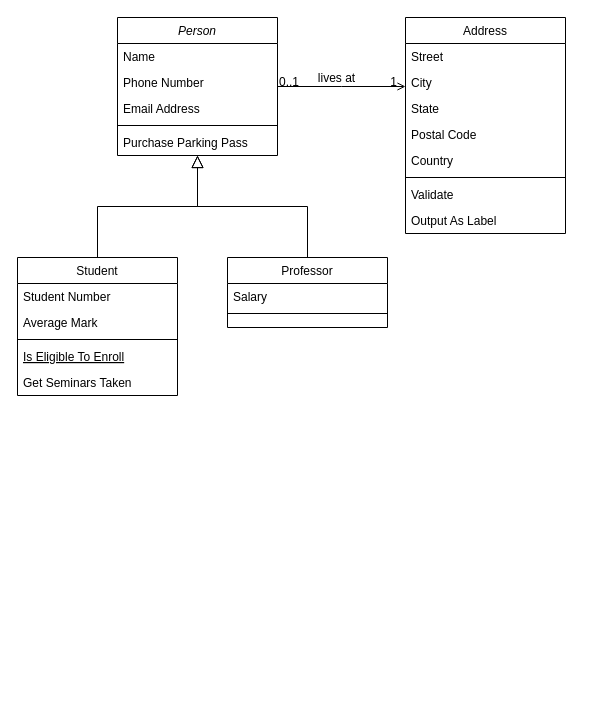
Above: class Diagram.drawio in randiddelpin/tepa-perpus (draw.io), before the change. Source tidied: cells renumbered, new cells numbered last; positions are measured from the earlier drawing's top-left corner, leaving out a move shared by most shapes. Both pictures are drawn from the tidied source at 100%, with x=0, y=0 at pixel (17, 17).
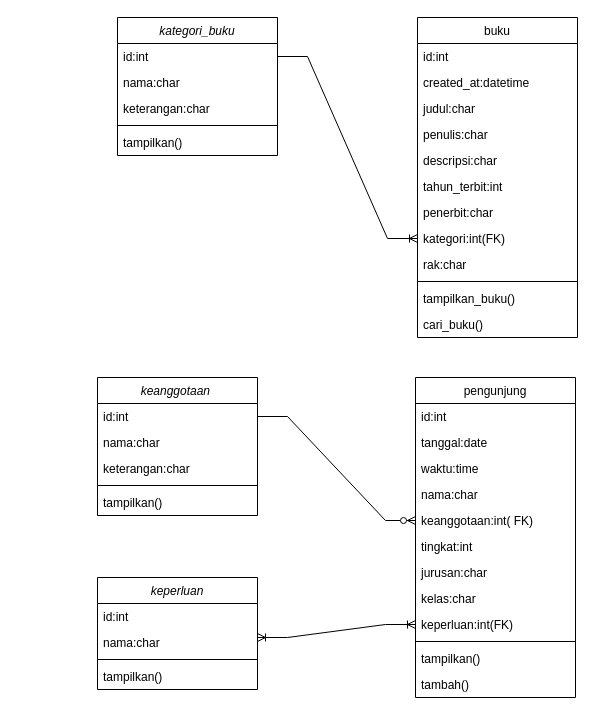
The same page after the edit.

What changed in the source:
```diff
@@
-    <mxCell id="2" value="Person" style="swimlane;fontStyle=2;align=center;verticalAlign=top;horizontal=1;startSize=26;rounded=0;shadow=0;strokeWidth=1;" parent="1" vertex="1">
+    <mxCell id="2" value="kategori_buku" style="swimlane;fontStyle=2;align=center;verticalAlign=top;horizontal=1;startSize=26;rounded=0;shadow=0;strokeWidth=1;" parent="1" vertex="1">
       <mxGeometry x="100" width="160" height="138" as="geometry" />
     </mxCell>
-    <mxCell id="3" value="Name" style="text;align=left;verticalAlign=top;spacingLeft=4;spacingRight=4;overflow=hidden;points=[[0,0.5],[1,0.5]];portConstraint=eastwest;" parent="2" vertex="1">
+    <mxCell id="3" value="id:int" style="text;align=left;verticalAlign=top;spacingLeft=4;spacingRight=4;overflow=hidden;points=[[0,0.5],[1,0.5]];portConstraint=eastwest;" parent="2" vertex="1">
       <mxGeometry y="26" width="160" height="26" as="geometry" />
     </mxCell>
-    <mxCell id="4" value="Phone Number" style="text;align=left;verticalAlign=top;spacingLeft=4;spacingRight=4;overflow=hidden;rounded=0;shadow=0;html=0;" parent="2" vertex="1">
+    <mxCell id="4" value="nama:char" style="text;align=left;verticalAlign=top;spacingLeft=4;spacingRight=4;overflow=hidden;rounded=0;shadow=0;html=0;" parent="2" vertex="1">
       <mxGeometry y="52" width="160" height="26" as="geometry" />
     </mxCell>
-    <mxCell id="5" value="Email Address" style="text;align=left;verticalAlign=top;spacingLeft=4;spacingRight=4;overflow=hidden;rounded=0;shadow=0;html=0;" parent="2" vertex="1">
+    <mxCell id="5" value="keterangan:char" style="text;align=left;verticalAlign=top;spacingLeft=4;spacingRight=4;overflow=hidden;rounded=0;shadow=0;html=0;" parent="2" vertex="1">
       <mxGeometry y="78" width="160" height="26" as="geometry" />
     </mxCell>
@@
-    <mxCell id="7" value="Purchase Parking Pass" style="text;align=left;verticalAlign=top;spacingLeft=4;spacingRight=4;overflow=hidden;" parent="2" vertex="1">
+    <mxCell id="7" value="tampilkan()" style="text;align=left;verticalAlign=top;spacingLeft=4;spacingRight=4;overflow=hidden;" parent="2" vertex="1">
       <mxGeometry y="112" width="160" height="26" as="geometry" />
     </mxCell>
-    <mxCell id="8" value="Student" style="swimlane;fontStyle=0;align=center;verticalAlign=top;horizontal=1;startSize=26;rounded=0;shadow=0;strokeWidth=1;" parent="1" vertex="1">
-      <mxGeometry y="240" width="160" height="138" as="geometry" />
-    </mxCell>
-    <mxCell id="9" value="Student Number" style="text;align=left;verticalAlign=top;spacingLeft=4;spacingRight=4;overflow=hidden;" parent="8" vertex="1">
-      <mxGeometry y="26" width="160" height="26" as="geometry" />
-    </mxCell>
-    <mxCell id="10" value="Average Mark" style="text;align=left;verticalAlign=top;spacingLeft=4;spacingRight=4;overflow=hidden;rounded=0;shadow=0;html=0;" parent="8" vertex="1">
-      <mxGeometry y="52" width="160" height="26" as="geometry" />
-    </mxCell>
-    <mxCell id="11" style="line;html=1;strokeWidth=1;align=left;verticalAlign=middle;spacingTop=-1;spacingLeft=3;spacingRight=3;labelPosition=right;" parent="8" vertex="1">
-      <mxGeometry y="78" width="160" height="8" as="geometry" />
-    </mxCell>
-    <mxCell id="12" value="Is Eligible To Enroll" style="text;align=left;verticalAlign=top;spacingLeft=4;spacingRight=4;overflow=hidden;fontStyle=4;" parent="8" vertex="1">
-      <mxGeometry y="86" width="160" height="26" as="geometry" />
-    </mxCell>
-    <mxCell id="13" value="Get Seminars Taken" style="text;align=left;verticalAlign=top;spacingLeft=4;spacingRight=4;overflow=hidden;" parent="8" vertex="1">
-      <mxGeometry y="112" width="160" height="26" as="geometry" />
-    </mxCell>
-    <mxCell id="14" style="endArrow=block;endSize=10;endFill=0;shadow=0;strokeWidth=1;rounded=0;edgeStyle=elbowEdgeStyle;elbow=vertical;" parent="1" edge="1" source="8" target="2">
-      <mxGeometry relative="1" as="geometry" />
-    </mxCell>
-    <mxCell id="15" value="Professor" style="swimlane;fontStyle=0;align=center;verticalAlign=top;horizontal=1;startSize=26;rounded=0;shadow=0;strokeWidth=1;" parent="1" vertex="1">
-      <mxGeometry x="210" y="240" width="160" height="70" as="geometry" />
-    </mxCell>
-    <mxCell id="16" value="Salary" style="text;align=left;verticalAlign=top;spacingLeft=4;spacingRight=4;overflow=hidden;" parent="15" vertex="1">
-      <mxGeometry y="26" width="160" height="26" as="geometry" />
-    </mxCell>
-    <mxCell id="17" style="line;html=1;strokeWidth=1;align=left;verticalAlign=middle;spacingTop=-1;spacingLeft=3;spacingRight=3;labelPosition=right;" parent="15" vertex="1">
-      <mxGeometry y="52" width="160" height="8" as="geometry" />
-    </mxCell>
-    <mxCell id="18" style="endArrow=block;endSize=10;endFill=0;shadow=0;strokeWidth=1;rounded=0;edgeStyle=elbowEdgeStyle;elbow=vertical;" parent="1" edge="1" source="15" target="2">
-      <mxGeometry relative="1" as="geometry" />
-    </mxCell>
-    <mxCell id="19" value="Address" style="swimlane;fontStyle=0;align=center;verticalAlign=top;horizontal=1;startSize=26;rounded=0;shadow=0;strokeWidth=1;" parent="1" vertex="1">
-      <mxGeometry x="388" width="160" height="216" as="geometry" />
+    <mxCell id="19" value="buku" style="swimlane;fontStyle=0;align=center;verticalAlign=top;horizontal=1;startSize=26;rounded=0;shadow=0;strokeWidth=1;" parent="1" vertex="1">
+      <mxGeometry x="400" width="160" height="320" as="geometry" />
     </mxCell>
-    <mxCell id="20" value="Street" style="text;align=left;verticalAlign=top;spacingLeft=4;spacingRight=4;overflow=hidden;" parent="19" vertex="1">
+    <mxCell id="20" value="id:int" style="text;align=left;verticalAlign=top;spacingLeft=4;spacingRight=4;overflow=hidden;" parent="19" vertex="1">
       <mxGeometry y="26" width="160" height="26" as="geometry" />
     </mxCell>
-    <mxCell id="21" value="City" style="text;align=left;verticalAlign=top;spacingLeft=4;spacingRight=4;overflow=hidden;rounded=0;shadow=0;html=0;" parent="19" vertex="1">
+    <mxCell id="21" value="created_at:datetime" style="text;align=left;verticalAlign=top;spacingLeft=4;spacingRight=4;overflow=hidden;rounded=0;shadow=0;html=0;" parent="19" vertex="1">
       <mxGeometry y="52" width="160" height="26" as="geometry" />
     </mxCell>
-    <mxCell id="22" value="State" style="text;align=left;verticalAlign=top;spacingLeft=4;spacingRight=4;overflow=hidden;rounded=0;shadow=0;html=0;" parent="19" vertex="1">
+    <mxCell id="22" value="judul:char" style="text;align=left;verticalAlign=top;spacingLeft=4;spacingRight=4;overflow=hidden;rounded=0;shadow=0;html=0;" parent="19" vertex="1">
       <mxGeometry y="78" width="160" height="26" as="geometry" />
     </mxCell>
-    <mxCell id="23" value="Postal Code" style="text;align=left;verticalAlign=top;spacingLeft=4;spacingRight=4;overflow=hidden;rounded=0;shadow=0;html=0;" parent="19" vertex="1">
+    <mxCell id="23" value="penulis:char" style="text;align=left;verticalAlign=top;spacingLeft=4;spacingRight=4;overflow=hidden;rounded=0;shadow=0;html=0;" parent="19" vertex="1">
       <mxGeometry y="104" width="160" height="26" as="geometry" />
     </mxCell>
-    <mxCell id="24" value="Country" style="text;align=left;verticalAlign=top;spacingLeft=4;spacingRight=4;overflow=hidden;rounded=0;shadow=0;html=0;" parent="19" vertex="1">
+    <mxCell id="24" value="descripsi:char" style="text;align=left;verticalAlign=top;spacingLeft=4;spacingRight=4;overflow=hidden;rounded=0;shadow=0;html=0;" parent="19" vertex="1">
       <mxGeometry y="130" width="160" height="26" as="geometry" />
     </mxCell>
+    <mxCell id="32" value="tahun_terbit:int" style="text;align=left;verticalAlign=top;spacingLeft=4;spacingRight=4;overflow=hidden;rounded=0;shadow=0;html=0;" parent="19" vertex="1">
+      <mxGeometry y="156" width="160" height="26" as="geometry" />
+    </mxCell>
+    <mxCell id="33" value="penerbit:char" style="text;align=left;verticalAlign=top;spacingLeft=4;spacingRight=4;overflow=hidden;rounded=0;shadow=0;html=0;" parent="19" vertex="1">
+      <mxGeometry y="182" width="160" height="26" as="geometry" />
+    </mxCell>
+    <mxCell id="34" value="kategori:int(FK)" style="text;align=left;verticalAlign=top;spacingLeft=4;spacingRight=4;overflow=hidden;points=[[0,0.5],[1,0.5]];portConstraint=eastwest;rounded=0;shadow=0;html=0;" parent="19" vertex="1">
+      <mxGeometry y="208" width="160" height="26" as="geometry" />
+    </mxCell>
+    <mxCell id="35" value="rak:char" style="text;align=left;verticalAlign=top;spacingLeft=4;spacingRight=4;overflow=hidden;rounded=0;shadow=0;html=0;" parent="19" vertex="1">
+      <mxGeometry y="234" width="160" height="26" as="geometry" />
+    </mxCell>
     <mxCell id="25" style="line;html=1;strokeWidth=1;align=left;verticalAlign=middle;spacingTop=-1;spacingLeft=3;spacingRight=3;labelPosition=right;" parent="19" vertex="1">
-      <mxGeometry y="156" width="160" height="8" as="geometry" />
+      <mxGeometry y="260" width="160" height="8" as="geometry" />
     </mxCell>
-    <mxCell id="26" value="Validate" style="text;align=left;verticalAlign=top;spacingLeft=4;spacingRight=4;overflow=hidden;" parent="19" vertex="1">
-      <mxGeometry y="164" width="160" height="26" as="geometry" />
+    <mxCell id="26" value="tampilkan_buku()" style="text;align=left;verticalAlign=top;spacingLeft=4;spacingRight=4;overflow=hidden;" parent="19" vertex="1">
+      <mxGeometry y="268" width="160" height="26" as="geometry" />
     </mxCell>
-    <mxCell id="27" value="Output As Label" style="text;align=left;verticalAlign=top;spacingLeft=4;spacingRight=4;overflow=hidden;" parent="19" vertex="1">
-      <mxGeometry y="190" width="160" height="26" as="geometry" />
+    <mxCell id="27" value="cari_buku()" style="text;align=left;verticalAlign=top;spacingLeft=4;spacingRight=4;overflow=hidden;" parent="19" vertex="1">
+      <mxGeometry y="294" width="160" height="26" as="geometry" />
     </mxCell>
-    <mxCell id="28" style="endArrow=open;shadow=0;strokeWidth=1;rounded=0;endFill=1;edgeStyle=elbowEdgeStyle;elbow=vertical;" parent="1" edge="1" source="2" target="19">
-      <mxGeometry x="0.5" y="41" relative="1" as="geometry">
-        <mxPoint x="-40" y="32" as="offset" />
-      </mxGeometry>
-    </mxCell>
-    <mxCell id="29" value="0..1" style="align=left;verticalAlign=bottom;labelBackgroundColor=none;fontSize=12;" parent="28" vertex="1">
-      <mxGeometry x="-1" relative="1" as="geometry">
-        <mxPoint y="4" as="offset" />
-      </mxGeometry>
-    </mxCell>
-    <mxCell id="30" value="1" style="align=right;verticalAlign=bottom;labelBackgroundColor=none;fontSize=12;" parent="28" vertex="1">
-      <mxGeometry x="1" relative="1" as="geometry">
-        <mxPoint x="-7" y="4" as="offset" />
-      </mxGeometry>
-    </mxCell>
-    <mxCell id="31" value="lives at" style="text;html=1;align=center;verticalAlign=middle;labelBackgroundColor=none;rounded=0;shadow=0;strokeWidth=1;fontSize=12;" parent="28" vertex="1">
-      <mxGeometry x="0.5" y="49" relative="1" as="geometry">
-        <mxPoint x="-38" y="40" as="offset" />
-      </mxGeometry>
-    </mxCell>
+    <mxCell id="36" value="pengunjung" style="swimlane;fontStyle=0;align=center;verticalAlign=top;horizontal=1;startSize=26;rounded=0;shadow=0;strokeWidth=1;" parent="1" vertex="1">
+      <mxGeometry x="398" y="360" width="160" height="320" as="geometry" />
+    </mxCell>
+    <mxCell id="37" value="id:int" style="text;align=left;verticalAlign=top;spacingLeft=4;spacingRight=4;overflow=hidden;" parent="36" vertex="1">
+      <mxGeometry y="26" width="160" height="26" as="geometry" />
+    </mxCell>
+    <mxCell id="38" value="tanggal:date" style="text;align=left;verticalAlign=top;spacingLeft=4;spacingRight=4;overflow=hidden;rounded=0;shadow=0;html=0;" parent="36" vertex="1">
+      <mxGeometry y="52" width="160" height="26" as="geometry" />
+    </mxCell>
+    <mxCell id="39" value="waktu:time" style="text;align=left;verticalAlign=top;spacingLeft=4;spacingRight=4;overflow=hidden;rounded=0;shadow=0;html=0;" parent="36" vertex="1">
+      <mxGeometry y="78" width="160" height="26" as="geometry" />
+    </mxCell>
+    <mxCell id="40" value="nama:char" style="text;align=left;verticalAlign=top;spacingLeft=4;spacingRight=4;overflow=hidden;rounded=0;shadow=0;html=0;" parent="36" vertex="1">
+      <mxGeometry y="104" width="160" height="26" as="geometry" />
+    </mxCell>
+    <mxCell id="41" value="keanggotaan:int( FK)" style="text;align=left;verticalAlign=top;spacingLeft=4;spacingRight=4;overflow=hidden;points=[[0,0.5],[1,0.5]];portConstraint=eastwest;rounded=0;shadow=0;html=0;" parent="36" vertex="1">
+      <mxGeometry y="130" width="160" height="26" as="geometry" />
+    </mxCell>
+    <mxCell id="42" value="tingkat:int" style="text;align=left;verticalAlign=top;spacingLeft=4;spacingRight=4;overflow=hidden;rounded=0;shadow=0;html=0;" parent="36" vertex="1">
+      <mxGeometry y="156" width="160" height="26" as="geometry" />
+    </mxCell>
+    <mxCell id="43" value="jurusan:char" style="text;align=left;verticalAlign=top;spacingLeft=4;spacingRight=4;overflow=hidden;rounded=0;shadow=0;html=0;" parent="36" vertex="1">
+      <mxGeometry y="182" width="160" height="26" as="geometry" />
+    </mxCell>
+    <mxCell id="44" value="kelas:char" style="text;align=left;verticalAlign=top;spacingLeft=4;spacingRight=4;overflow=hidden;rounded=0;shadow=0;html=0;" parent="36" vertex="1">
+      <mxGeometry y="208" width="160" height="26" as="geometry" />
+    </mxCell>
+    <mxCell id="45" value="keperluan:int(FK)" style="text;align=left;verticalAlign=top;spacingLeft=4;spacingRight=4;overflow=hidden;points=[[0,0.5],[1,0.5]];portConstraint=eastwest;rounded=0;shadow=0;html=0;" parent="36" vertex="1">
+      <mxGeometry y="234" width="160" height="26" as="geometry" />
+    </mxCell>
+    <mxCell id="46" style="line;html=1;strokeWidth=1;align=left;verticalAlign=middle;spacingTop=-1;spacingLeft=3;spacingRight=3;labelPosition=right;" parent="36" vertex="1">
+      <mxGeometry y="260" width="160" height="8" as="geometry" />
+    </mxCell>
+    <mxCell id="47" value="tampilkan()" style="text;align=left;verticalAlign=top;spacingLeft=4;spacingRight=4;overflow=hidden;" parent="36" vertex="1">
+      <mxGeometry y="268" width="160" height="26" as="geometry" />
+    </mxCell>
+    <mxCell id="48" value="tambah()" style="text;align=left;verticalAlign=top;spacingLeft=4;spacingRight=4;overflow=hidden;" parent="36" vertex="1">
+      <mxGeometry y="294" width="160" height="26" as="geometry" />
+    </mxCell>
+    <mxCell id="49" value="keanggotaan " style="swimlane;fontStyle=2;align=center;verticalAlign=top;horizontal=1;startSize=26;rounded=0;shadow=0;strokeWidth=1;" parent="1" vertex="1">
+      <mxGeometry x="80" y="360" width="160" height="138" as="geometry" />
+    </mxCell>
+    <mxCell id="50" value="id:int" style="text;align=left;verticalAlign=top;spacingLeft=4;spacingRight=4;overflow=hidden;points=[[0,0.5],[1,0.5]];portConstraint=eastwest;" parent="49" vertex="1">
+      <mxGeometry y="26" width="160" height="26" as="geometry" />
+    </mxCell>
+    <mxCell id="51" value="nama:char" style="text;align=left;verticalAlign=top;spacingLeft=4;spacingRight=4;overflow=hidden;rounded=0;shadow=0;html=0;" parent="49" vertex="1">
+      <mxGeometry y="52" width="160" height="26" as="geometry" />
+    </mxCell>
+    <mxCell id="52" value="keterangan:char" style="text;align=left;verticalAlign=top;spacingLeft=4;spacingRight=4;overflow=hidden;rounded=0;shadow=0;html=0;" parent="49" vertex="1">
+      <mxGeometry y="78" width="160" height="26" as="geometry" />
+    </mxCell>
+    <mxCell id="53" style="line;html=1;strokeWidth=1;align=left;verticalAlign=middle;spacingTop=-1;spacingLeft=3;spacingRight=3;labelPosition=right;" parent="49" vertex="1">
+      <mxGeometry y="104" width="160" height="8" as="geometry" />
+    </mxCell>
+    <mxCell id="54" value="tampilkan()" style="text;align=left;verticalAlign=top;spacingLeft=4;spacingRight=4;overflow=hidden;" parent="49" vertex="1">
+      <mxGeometry y="112" width="160" height="26" as="geometry" />
+    </mxCell>
+    <mxCell id="55" value="keperluan" style="swimlane;fontStyle=2;align=center;verticalAlign=top;horizontal=1;startSize=26;rounded=0;shadow=0;strokeWidth=1;" parent="1" vertex="1">
+      <mxGeometry x="80" y="560" width="160" height="112" as="geometry" />
+    </mxCell>
+    <mxCell id="56" value="id:int" style="text;align=left;verticalAlign=top;spacingLeft=4;spacingRight=4;overflow=hidden;" parent="55" vertex="1">
+      <mxGeometry y="26" width="160" height="26" as="geometry" />
+    </mxCell>
+    <mxCell id="57" value="nama:char" style="text;align=left;verticalAlign=top;spacingLeft=4;spacingRight=4;overflow=hidden;rounded=0;shadow=0;html=0;" parent="55" vertex="1">
+      <mxGeometry y="52" width="160" height="26" as="geometry" />
+    </mxCell>
+    <mxCell id="11" style="line;html=1;strokeWidth=1;align=left;verticalAlign=middle;spacingTop=-1;spacingLeft=3;spacingRight=3;labelPosition=right;" parent="55" vertex="1">
+      <mxGeometry y="78" width="160" height="8" as="geometry" />
+    </mxCell>
+    <mxCell id="58" value="tampilkan()" style="text;align=left;verticalAlign=top;spacingLeft=4;spacingRight=4;overflow=hidden;" parent="55" vertex="1">
+      <mxGeometry y="86" width="160" height="26" as="geometry" />
+    </mxCell>
+    <mxCell id="59" style="edgeStyle=entityRelationEdgeStyle;fontSize=12;html=1;endArrow=ERzeroToMany;endFill=1;rounded=0;entryX=0;entryY=0.5;entryDx=0;entryDy=0;" parent="1" edge="1" source="50" target="41">
+      <mxGeometry relative="1" as="geometry" />
+    </mxCell>
+    <mxCell id="60" style="edgeStyle=entityRelationEdgeStyle;fontSize=12;html=1;endArrow=ERoneToMany;rounded=0;exitX=1;exitY=0.5;exitDx=0;exitDy=0;entryX=0;entryY=0.5;entryDx=0;entryDy=0;" parent="1" edge="1" source="3" target="34">
+      <mxGeometry relative="1" as="geometry" />
+    </mxCell>
+    <mxCell id="61" style="edgeStyle=entityRelationEdgeStyle;fontSize=12;html=1;endArrow=ERoneToMany;startArrow=ERoneToMany;rounded=0;" parent="1" edge="1" target="45">
+      <mxGeometry relative="1" as="geometry">
+        <mxPoint x="240" y="620" as="sourcePoint" />
+      </mxGeometry>
+    </mxCell>
```
